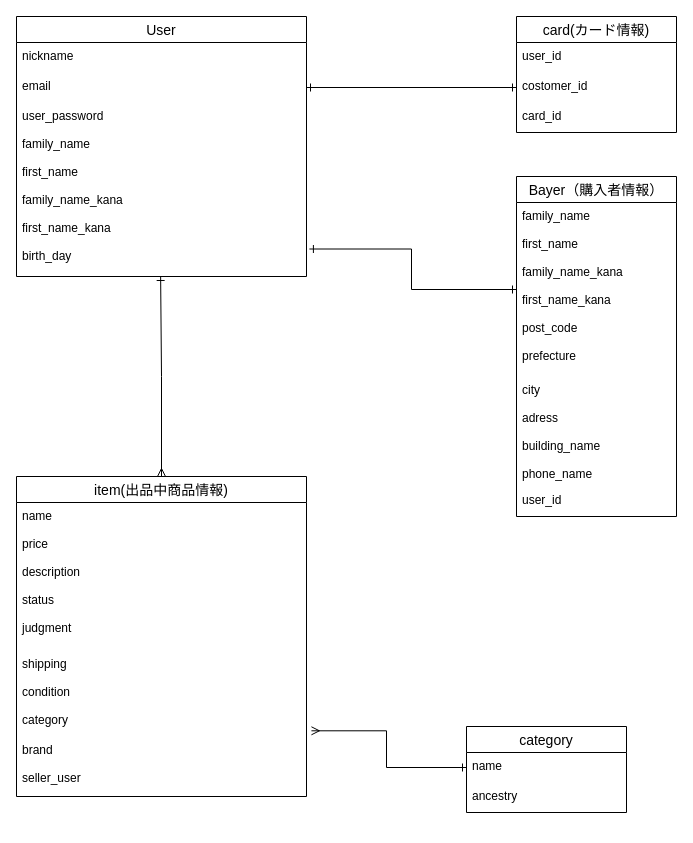
Earlier version of the draw.io diagram furima.dio (eita81601031/furima-35782). Source tidied: cells renumbered, new cells numbered last; positions are measured from the earlier drawing's top-left corner, leaving out a move shared by most shapes. Both pictures are drawn from the tidied source at 100%, with x=0, y=0 at pixel (16, 16).
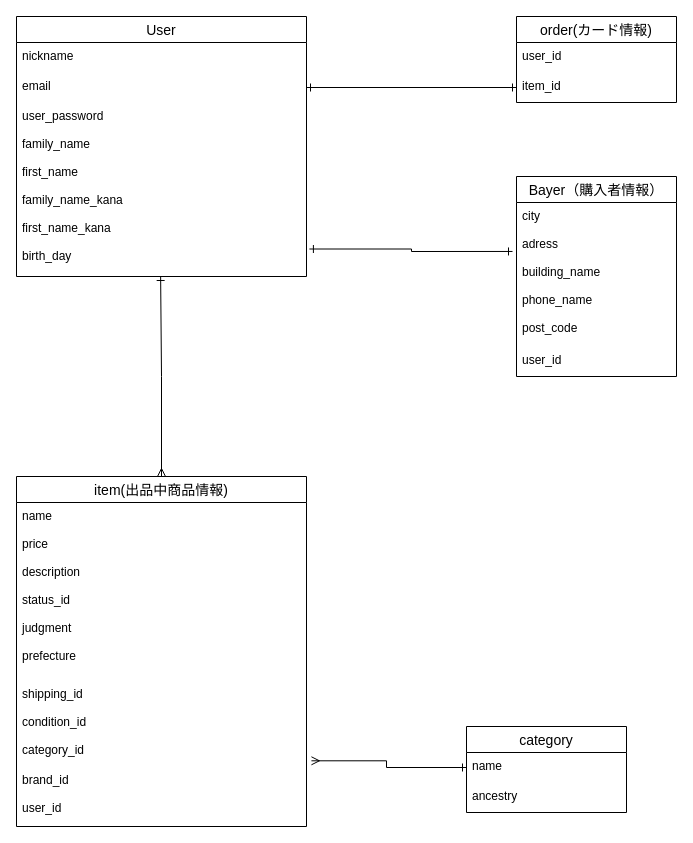
The same diagram, later.

Commit message (it also covers changes not shown here):
データベース修正_2

Unchanged cells that the change refers to:
```xml
<mxCell id="5" value="user_password&#10;&#10;family_name&#10;&#10;first_name&#10;&#10;family_name_kana&#10;&#10;first_name_kana&#10;&#10;birth_day&#10;&#10;" style="text;strokeColor=none;fillColor=none;spacingLeft=4;spacingRight=4;overflow=hidden;points=[[0,0.5],[1,0.5]];portConstraint=eastwest;fontSize=12;" parent="2" vertex="1">
  <mxGeometry y="86" width="290" height="174" as="geometry" />
</mxCell>
```

Diff of the diagram source:
```diff
@@
-    <mxCell id="6" value="card(カード情報)" style="swimlane;fontStyle=0;horizontal=1;startSize=26;align=center;fontSize=14;" parent="1" vertex="1">
-      <mxGeometry x="500" width="160" height="116" as="geometry" />
+    <mxCell id="6" value="order(カード情報)" style="swimlane;fontStyle=0;horizontal=1;startSize=26;align=center;fontSize=14;" parent="1" vertex="1">
+      <mxGeometry x="500" width="160" height="86" as="geometry" />
     </mxCell>
@@
-    <mxCell id="8" value="costomer_id" style="text;strokeColor=none;fillColor=none;spacingLeft=4;spacingRight=4;overflow=hidden;points=[[0,0.5],[1,0.5]];portConstraint=eastwest;fontSize=12;" parent="6" vertex="1">
+    <mxCell id="8" value="item_id" style="text;strokeColor=none;fillColor=none;spacingLeft=4;spacingRight=4;overflow=hidden;points=[[0,0.5],[1,0.5]];portConstraint=eastwest;fontSize=12;" parent="6" vertex="1">
       <mxGeometry y="56" width="160" height="30" as="geometry" />
     </mxCell>
-    <mxCell id="9" value="card_id" style="text;strokeColor=none;fillColor=none;spacingLeft=4;spacingRight=4;overflow=hidden;fontSize=12;" parent="6" vertex="1">
-      <mxGeometry y="86" width="160" height="30" as="geometry" />
-    </mxCell>
@@
     <mxCell id="12" value="item(出品中商品情報)" style="swimlane;fontStyle=0;horizontal=1;startSize=26;align=center;fontSize=14;swimlaneLine=1;" parent="1" vertex="1">
-      <mxGeometry y="460" width="290" height="320" as="geometry" />
+      <mxGeometry y="460" width="290" height="350" as="geometry" />
     </mxCell>
-    <mxCell id="13" value="name&#10;&#10;price&#10;&#10;description&#10;&#10;status&#10;&#10;judgment&#10;&#10;" style="text;strokeColor=none;fillColor=none;spacingLeft=4;spacingRight=4;overflow=hidden;fontSize=12;" parent="12" vertex="1">
-      <mxGeometry y="26" width="290" height="134" as="geometry" />
+    <mxCell id="13" value="name&#10;&#10;price&#10;&#10;description&#10;&#10;status_id&#10;&#10;judgment&#10;&#10;prefecture&#10;&#10;" style="text;strokeColor=none;fillColor=none;spacingLeft=4;spacingRight=4;overflow=hidden;fontSize=12;" parent="12" vertex="1">
+      <mxGeometry y="26" width="290" height="164" as="geometry" />
     </mxCell>
-    <mxCell id="14" value="&#10;shipping&#10;&#10;condition &#10;&#10;category&#10;&#10;" style="text;strokeColor=none;fillColor=none;spacingLeft=4;spacingRight=4;overflow=hidden;points=[[0,0.5],[1,0.5]];portConstraint=eastwest;fontSize=12;" parent="12" vertex="1">
-      <mxGeometry y="160" width="290" height="100" as="geometry" />
+    <mxCell id="14" value="&#10;shipping_id&#10;&#10;condition_id&#10;&#10;category_id&#10;&#10;" style="text;strokeColor=none;fillColor=none;spacingLeft=4;spacingRight=4;overflow=hidden;points=[[0,0.5],[1,0.5]];portConstraint=eastwest;fontSize=12;" parent="12" vertex="1">
+      <mxGeometry y="190" width="290" height="100" as="geometry" />
     </mxCell>
-    <mxCell id="15" value="brand&#10;&#10;seller_user&#10;&#10;" style="text;strokeColor=none;fillColor=none;spacingLeft=4;spacingRight=4;overflow=hidden;fontSize=12;" parent="12" vertex="1">
-      <mxGeometry y="260" width="290" height="60" as="geometry" />
+    <mxCell id="15" value="brand_id&#10;&#10;user_id&#10;&#10;" style="text;strokeColor=none;fillColor=none;spacingLeft=4;spacingRight=4;overflow=hidden;fontSize=12;" parent="12" vertex="1">
+      <mxGeometry y="290" width="290" height="60" as="geometry" />
     </mxCell>
     <mxCell id="16" value="Bayer（購入者情報）" style="swimlane;fontStyle=0;horizontal=1;startSize=26;align=center;fontSize=14;" parent="1" vertex="1">
-      <mxGeometry x="500" y="160" width="160" height="340" as="geometry" />
+      <mxGeometry x="500" y="160" width="160" height="200" as="geometry" />
     </mxCell>
-    <mxCell id="17" value="family_name&#10;&#10;first_name&#10;&#10;family_name_kana&#10;&#10;first_name_kana&#10;&#10;post_code&#10;&#10;prefecture" style="text;strokeColor=none;fillColor=none;spacingLeft=4;spacingRight=4;overflow=hidden;points=[[0,0.5],[1,0.5]];portConstraint=eastwest;fontSize=12;" parent="16" vertex="1">
-      <mxGeometry y="26" width="160" height="174" as="geometry" />
-    </mxCell>
-    <mxCell id="18" value="city&#10;&#10;adress&#10;&#10;building_name&#10;&#10;phone_name&#10;" style="text;strokeColor=none;fillColor=none;spacingLeft=4;spacingRight=4;overflow=hidden;points=[[0,0.5],[1,0.5]];portConstraint=eastwest;fontSize=12;" parent="16" vertex="1">
-      <mxGeometry y="200" width="160" height="110" as="geometry" />
+    <mxCell id="18" value="city&#10;&#10;adress&#10;&#10;building_name&#10;&#10;phone_name&#10;&#10;post_code&#10;" style="text;strokeColor=none;fillColor=none;spacingLeft=4;spacingRight=4;overflow=hidden;points=[[0,0.5],[1,0.5]];portConstraint=eastwest;fontSize=12;" parent="16" vertex="1">
+      <mxGeometry y="26" width="160" height="144" as="geometry" />
     </mxCell>
     <mxCell id="19" value="user_id" style="text;strokeColor=none;fillColor=none;spacingLeft=4;spacingRight=4;overflow=hidden;fontSize=12;" parent="16" vertex="1">
-      <mxGeometry y="310" width="160" height="30" as="geometry" />
+      <mxGeometry y="170" width="160" height="30" as="geometry" />
     </mxCell>
-    <mxCell id="20" style="edgeStyle=orthogonalEdgeStyle;rounded=0;jettySize=auto;html=1;entryX=1.01;entryY=0.842;entryDx=0;entryDy=0;entryPerimeter=0;startArrow=ERone;startFill=0;endArrow=ERone;endFill=0;" parent="1" edge="1" source="17" target="5">
+    <mxCell id="20" style="edgeStyle=orthogonalEdgeStyle;rounded=0;jettySize=auto;html=1;entryX=1.01;entryY=0.842;entryDx=0;entryDy=0;entryPerimeter=0;startArrow=ERone;startFill=0;endArrow=ERone;endFill=0;exitX=-0.025;exitY=0.34;exitDx=0;exitDy=0;exitPerimeter=0;" parent="1" edge="1" source="18" target="5">
       <mxGeometry relative="1" as="geometry" />
     </mxCell>
```
